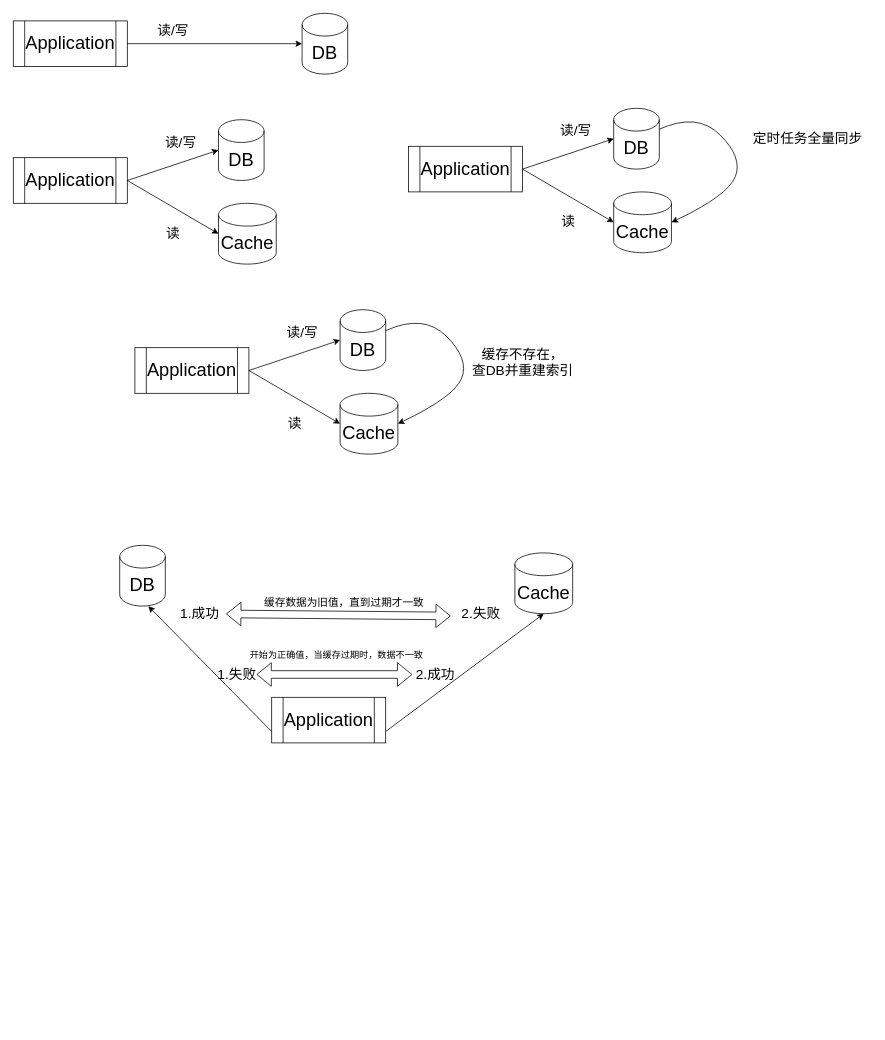
Above: 缓存和DB.drawio in beyondgogogo/Graph (draw.io), before the change. Source tidied: cells renumbered, new cells numbered last; positions are measured from the earlier drawing's top-left corner, leaving out a move shared by most shapes. Both pictures are drawn from the tidied source at 76%, with x=0, y=0 at pixel (13, 13).
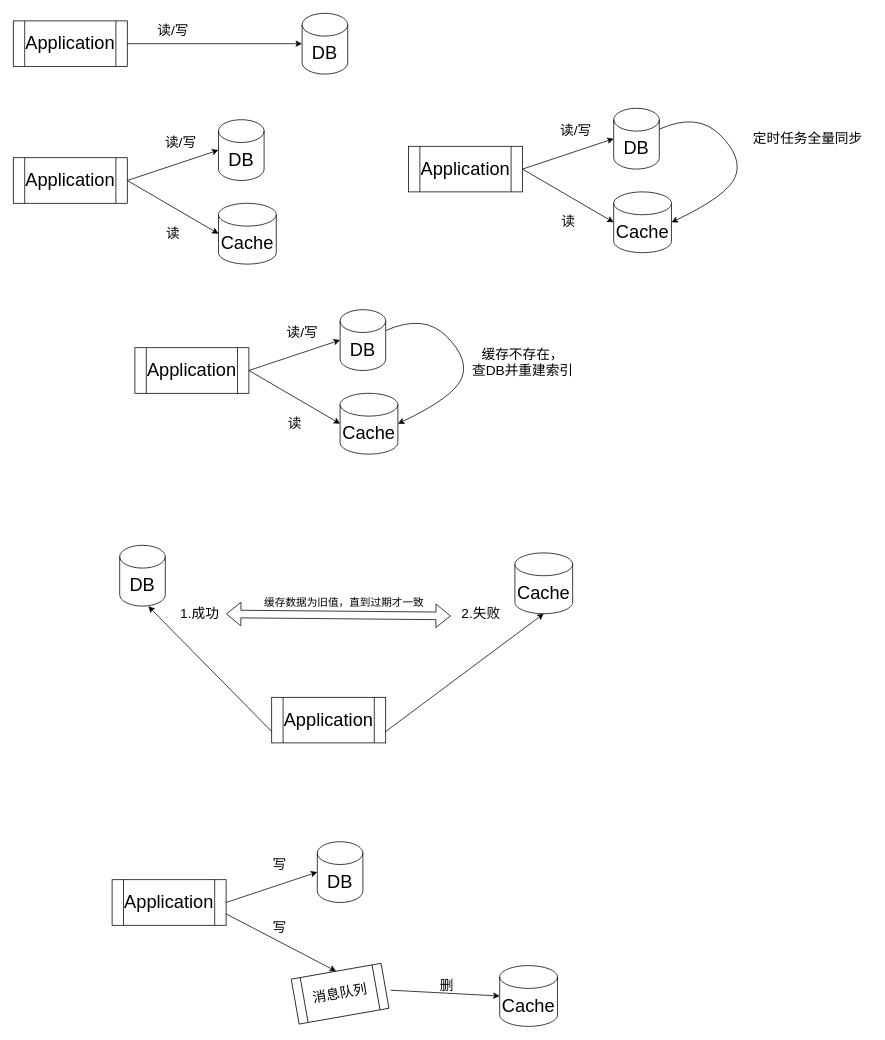
The same page after the edit.

Commit message:
更新缓存和DB.drawio

Change to the diagram source:
```diff
@@
-    <mxCell id="40" value="&lt;font style=&quot;font-size: 18px;&quot;&gt;1.失败&lt;/font&gt;" style="text;html=1;align=center;verticalAlign=middle;strokeColor=none;fillColor=none;" parent="1" vertex="1">
-      <mxGeometry x="259" y="850" width="70" height="40" as="geometry" />
-    </mxCell>
-    <mxCell id="41" value="&lt;font style=&quot;font-size: 18px;&quot;&gt;2.成功&lt;/font&gt;" style="text;html=1;align=center;verticalAlign=middle;strokeColor=none;fillColor=none;" parent="1" vertex="1">
-      <mxGeometry x="520" y="850" width="70" height="40" as="geometry" />
-    </mxCell>
-    <mxCell id="42" style="shape=flexArrow;endArrow=classic;startArrow=classic;html=1;rounded=0;" parent="1" edge="1">
-      <mxGeometry relative="1" as="geometry">
-        <mxPoint x="320" y="870" as="sourcePoint" />
-        <mxPoint x="525" y="870" as="targetPoint" />
-      </mxGeometry>
-    </mxCell>
-    <mxCell id="43" value="&lt;font style=&quot;font-size: 12px;&quot;&gt;开始为正确值，当缓存过期时，数据不一致&lt;/font&gt;" style="text;html=1;align=center;verticalAlign=middle;strokeColor=none;fillColor=none;" parent="1" vertex="1">
-      <mxGeometry x="300" y="830" width="250" height="30" as="geometry" />
-    </mxCell>
+    <mxCell id="44" value="&lt;font style=&quot;font-size: 24px;&quot;&gt;DB&lt;/font&gt;" style="shape=cylinder3;whiteSpace=wrap;html=1;boundedLbl=1;backgroundOutline=1;size=15;" parent="1" vertex="1">
+      <mxGeometry x="400" y="1090" width="60" height="80" as="geometry" />
+    </mxCell>
+    <mxCell id="45" value="&lt;font style=&quot;font-size: 24px;&quot;&gt;Application&lt;/font&gt;" style="shape=process;whiteSpace=wrap;html=1;backgroundOutline=1;" parent="1" vertex="1">
+      <mxGeometry x="130" y="1140" width="150" height="60" as="geometry" />
+    </mxCell>
+    <mxCell id="46" value="&lt;font style=&quot;font-size: 24px;&quot;&gt;Cache&lt;/font&gt;" style="shape=cylinder3;whiteSpace=wrap;html=1;boundedLbl=1;backgroundOutline=1;size=15;" parent="1" vertex="1">
+      <mxGeometry x="640" y="1253" width="76" height="80" as="geometry" />
+    </mxCell>
+    <mxCell id="47" style="endArrow=classic;html=1;rounded=0;exitX=1;exitY=0.5;exitDx=0;exitDy=0;entryX=0;entryY=0.5;entryDx=0;entryDy=0;entryPerimeter=0;" parent="1" edge="1" source="45" target="44">
+      <mxGeometry relative="1" as="geometry" />
+    </mxCell>
+    <mxCell id="48" value="&lt;font style=&quot;font-size: 18px;&quot;&gt;写&lt;/font&gt;" style="text;html=1;align=center;verticalAlign=middle;strokeColor=none;fillColor=none;" parent="1" vertex="1">
+      <mxGeometry x="330" y="1100" width="40" height="40" as="geometry" />
+    </mxCell>
+    <mxCell id="49" value="&lt;font style=&quot;font-size: 18px;&quot;&gt;消息队列&lt;/font&gt;" style="shape=process;whiteSpace=wrap;html=1;backgroundOutline=1;rotation=-10;" parent="1" vertex="1">
+      <mxGeometry x="370" y="1260" width="120" height="60" as="geometry" />
+    </mxCell>
+    <mxCell id="50" style="endArrow=classic;html=1;rounded=0;exitX=1;exitY=0.75;exitDx=0;exitDy=0;entryX=0.5;entryY=0;entryDx=0;entryDy=0;" parent="1" edge="1" source="45" target="49">
+      <mxGeometry relative="1" as="geometry" />
+    </mxCell>
+    <mxCell id="51" value="&lt;font style=&quot;font-size: 18px;&quot;&gt;写&lt;/font&gt;" style="text;html=1;align=center;verticalAlign=middle;strokeColor=none;fillColor=none;" parent="1" vertex="1">
+      <mxGeometry x="330" y="1183" width="40" height="40" as="geometry" />
+    </mxCell>
+    <mxCell id="52" style="endArrow=classic;html=1;rounded=0;exitX=1.053;exitY=0.617;exitDx=0;exitDy=0;entryX=0;entryY=0.5;entryDx=0;entryDy=0;entryPerimeter=0;exitPerimeter=0;" parent="1" edge="1" source="49" target="46">
+      <mxGeometry relative="1" as="geometry" />
+    </mxCell>
+    <mxCell id="53" value="&lt;font style=&quot;font-size: 18px;&quot;&gt;删&lt;/font&gt;" style="text;html=1;align=center;verticalAlign=middle;strokeColor=none;fillColor=none;" parent="1" vertex="1">
+      <mxGeometry x="550" y="1260" width="40" height="40" as="geometry" />
+    </mxCell>
```
